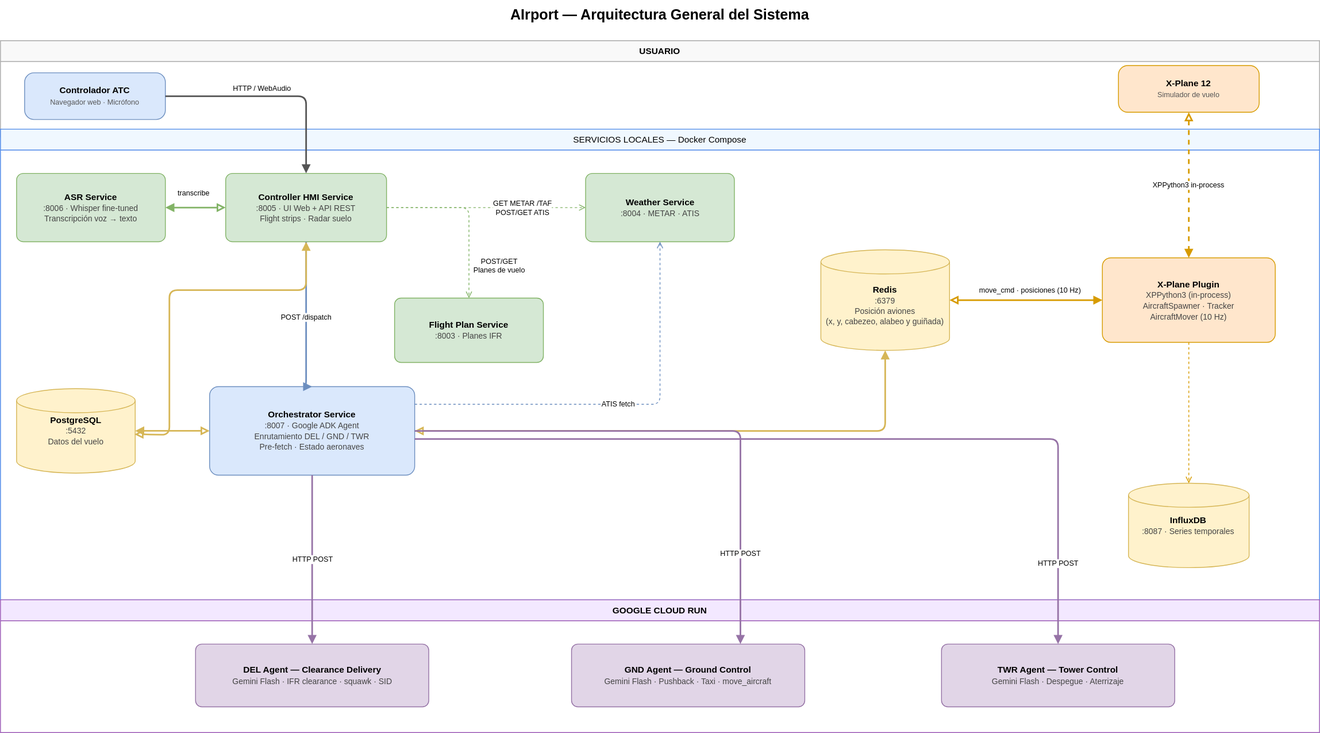
The draw.io diagram docs/diagrams/images/svg/diagram_01_arquitectura_general.svg in Santisoutoo/AIrport, before a commit. Source tidied: cells renumbered, new cells last; positions are measured from the earlier drawing's top-left corner, leaving out a move shared by most shapes.
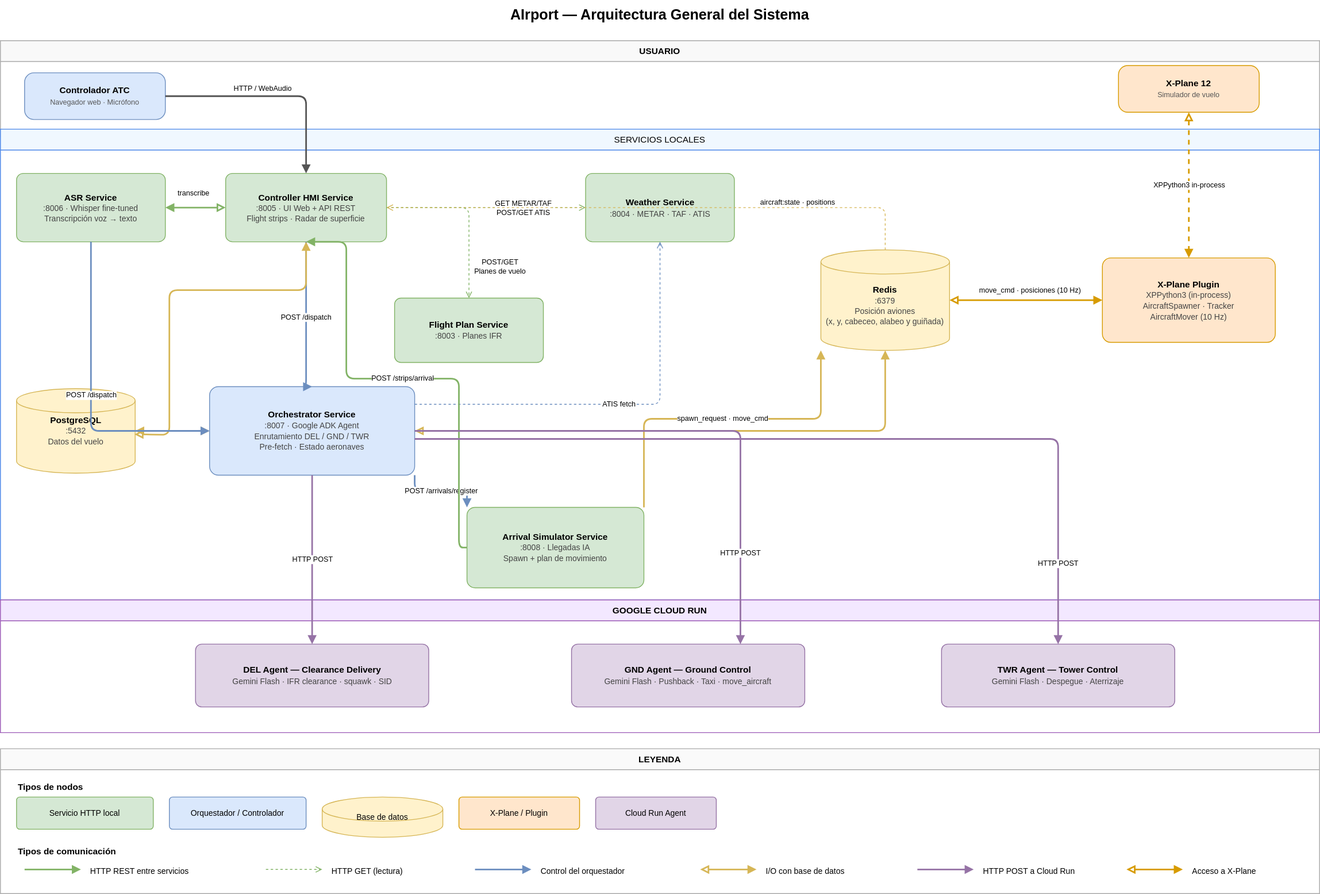
After the commit.

What changed in the source:
```diff
@@ -14,21 +14,24 @@
     <mxCell id="5" value="&lt;b&gt;X-Plane 12&lt;/b&gt;&lt;br/&gt;&lt;font style=&quot;font-size:9px;color:#555;&quot;&gt;Simulador de vuelo&lt;/font&gt;" style="rounded=1;whiteSpace=wrap;html=1;fillColor=#ffe6cc;strokeColor=#d79b00;arcSize=20;fontSize=11;" parent="3" vertex="1">
       <mxGeometry x="1390" y="31" width="175" height="58" as="geometry" />
     </mxCell>
-    <mxCell id="6" value="SERVICIOS LOCALES — Docker Compose" style="swimlane;startSize=26;fillColor=#f0f8ff;strokeColor=#4a86e8;fontStyle=0;fontSize=11;" parent="1" vertex="1">
+    <mxCell id="6" value="SERVICIOS LOCALES" style="swimlane;startSize=26;fillColor=#f0f8ff;strokeColor=#4a86e8;fontStyle=0;fontSize=11;" parent="1" vertex="1">
       <mxGeometry y="160" width="1640" height="585" as="geometry" />
     </mxCell>
     <mxCell id="7" value="&lt;b&gt;ASR Service&lt;/b&gt;&lt;br/&gt;&lt;font style=&quot;font-size:10px;color:#444;&quot;&gt;:8006 · Whisper fine-tuned&lt;br/&gt;Transcripción voz → texto&lt;/font&gt;" style="rounded=1;whiteSpace=wrap;html=1;fillColor=#d5e8d4;strokeColor=#82b366;arcSize=10;fontSize=11;" parent="6" vertex="1">
       <mxGeometry x="20" y="55" width="185" height="85" as="geometry" />
     </mxCell>
-    <mxCell id="8" value="&lt;b&gt;Controller HMI Service&lt;/b&gt;&lt;br/&gt;&lt;font style=&quot;font-size:10px;color:#444;&quot;&gt;:8005 · UI Web + API REST&lt;br/&gt;Flight strips · Radar suelo&lt;/font&gt;" style="rounded=1;whiteSpace=wrap;html=1;fillColor=#d5e8d4;strokeColor=#82b366;arcSize=10;fontSize=11;" parent="6" vertex="1">
+    <mxCell id="8" value="&lt;b&gt;Controller HMI Service&lt;/b&gt;&lt;br/&gt;&lt;font style=&quot;font-size:10px;color:#444;&quot;&gt;:8005 · UI Web + API REST&lt;br/&gt;Flight strips · Radar de superficie&lt;/font&gt;" style="rounded=1;whiteSpace=wrap;html=1;fillColor=#d5e8d4;strokeColor=#82b366;arcSize=10;fontSize=11;" parent="6" vertex="1">
       <mxGeometry x="280" y="55" width="200" height="85" as="geometry" />
     </mxCell>
-    <mxCell id="9" value="&lt;b&gt;Weather Service&lt;/b&gt;&lt;br/&gt;&lt;font style=&quot;font-size:10px;color:#444;&quot;&gt;:8004 · METAR · ATIS&lt;/font&gt;" style="rounded=1;whiteSpace=wrap;html=1;fillColor=#d5e8d4;strokeColor=#82b366;arcSize=10;fontSize=11;" parent="6" vertex="1">
+    <mxCell id="9" value="&lt;b&gt;Weather Service&lt;/b&gt;&lt;br/&gt;&lt;font style=&quot;font-size:10px;color:#444;&quot;&gt;:8004 · METAR · TAF · ATIS&lt;/font&gt;" style="rounded=1;whiteSpace=wrap;html=1;fillColor=#d5e8d4;strokeColor=#82b366;arcSize=10;fontSize=11;" parent="6" vertex="1">
       <mxGeometry x="727.5" y="55" width="185" height="85" as="geometry" />
     </mxCell>
     <mxCell id="10" value="&lt;b&gt;Flight Plan Service&lt;/b&gt;&lt;br/&gt;&lt;font style=&quot;font-size:10px;color:#444;&quot;&gt;:8003 · Planes IFR&lt;/font&gt;" style="rounded=1;whiteSpace=wrap;html=1;fillColor=#d5e8d4;strokeColor=#82b366;arcSize=10;fontSize=11;" parent="6" vertex="1">
       <mxGeometry x="490" y="210" width="185" height="80" as="geometry" />
     </mxCell>
+    <mxCell id="35" value="&lt;b&gt;Arrival Simulator Service&lt;/b&gt;&lt;br/&gt;&lt;font style=&quot;font-size:10px;color:#444;&quot;&gt;:8008 · Llegadas IA&lt;br/&gt;Spawn + plan de movimiento&lt;/font&gt;" style="rounded=1;whiteSpace=wrap;html=1;fillColor=#d5e8d4;strokeColor=#82b366;arcSize=10;fontSize=11;" parent="6" vertex="1">
+      <mxGeometry x="580" y="470" width="220" height="100" as="geometry" />
+    </mxCell>
     <mxCell id="11" style="edgeStyle=none;html=1;rounded=1;strokeColor=#d6b656;strokeWidth=2;align=center;verticalAlign=middle;fontFamily=Helvetica;fontSize=9;fontColor=default;labelBackgroundColor=default;startArrow=block;startFill=0;endArrow=block;endFill=1;" parent="6" edge="1" source="12" target="13">
       <mxGeometry relative="1" as="geometry" />
     </mxCell>
@@ -38,21 +41,18 @@
     <mxCell id="13" value="&lt;b&gt;PostgreSQL&lt;/b&gt;&lt;br&gt;&lt;font style=&quot;font-size: 10px; color: rgb(68, 68, 68);&quot;&gt;:5432&lt;br&gt;Datos del vuelo&lt;/font&gt;" style="shape=cylinder3;whiteSpace=wrap;html=1;fillColor=#fff2cc;strokeColor=#d6b656;fontSize=11;" parent="6" vertex="1">
       <mxGeometry x="20" y="322.5" width="147.5" height="105" as="geometry" />
     </mxCell>
-    <mxCell id="14" value="&lt;div&gt;&lt;b&gt;&lt;br&gt;&lt;/b&gt;&lt;/div&gt;&lt;b&gt;Redis&lt;/b&gt;&lt;br&gt;&lt;font style=&quot;font-size: 10px; color: rgb(68, 68, 68);&quot;&gt;:6379&lt;br&gt;Posición aviones&lt;/font&gt;&lt;div&gt;&lt;font style=&quot;font-size: 10px; color: rgb(68, 68, 68);&quot;&gt;(x, y, cabezeo, alabeo y guiñada)&lt;/font&gt;&lt;/div&gt;" style="shape=cylinder3;whiteSpace=wrap;html=1;fillColor=#fff2cc;strokeColor=#d6b656;fontSize=11;" parent="6" vertex="1">
+    <mxCell id="14" value="&lt;div&gt;&lt;b&gt;&lt;br&gt;&lt;/b&gt;&lt;/div&gt;&lt;b&gt;Redis&lt;/b&gt;&lt;br&gt;&lt;font style=&quot;font-size: 10px; color: rgb(68, 68, 68);&quot;&gt;:6379&lt;br&gt;Posición aviones&lt;/font&gt;&lt;div&gt;&lt;font style=&quot;font-size: 10px; color: rgb(68, 68, 68);&quot;&gt;(x, y, cabeceo, alabeo y guiñada)&lt;/font&gt;&lt;/div&gt;" style="shape=cylinder3;whiteSpace=wrap;html=1;fillColor=#fff2cc;strokeColor=#d6b656;fontSize=11;" parent="6" vertex="1">
       <mxGeometry x="1020" y="150" width="160" height="125" as="geometry" />
     </mxCell>
     <mxCell id="15" value="&lt;b&gt;X-Plane Plugin&lt;/b&gt;&lt;br/&gt;&lt;font style=&quot;font-size:10px;color:#444;&quot;&gt;XPPython3 (in-process)&lt;br/&gt;AircraftSpawner · Tracker&lt;br/&gt;AircraftMover (10 Hz)&lt;/font&gt;" style="rounded=1;whiteSpace=wrap;html=1;fillColor=#ffe6cc;strokeColor=#d79b00;arcSize=10;fontSize=11;" parent="6" vertex="1">
       <mxGeometry x="1370" y="160" width="215" height="105" as="geometry" />
     </mxCell>
-    <mxCell id="16" value="&lt;b&gt;InfluxDB&lt;/b&gt;&lt;br&gt;&lt;font style=&quot;font-size: 10px; color: rgb(68, 68, 68);&quot;&gt;:8087 · Series temporales&lt;br&gt;&lt;/font&gt;" style="shape=cylinder3;whiteSpace=wrap;html=1;fillColor=#fff2cc;strokeColor=#d6b656;fontSize=11;" parent="6" vertex="1">
-      <mxGeometry x="1402.5" y="440" width="150" height="105" as="geometry" />
-    </mxCell>
     <mxCell id="17" value="transcribe" style="edgeStyle=orthogonalEdgeStyle;rounded=1;html=1;strokeColor=#82b366;strokeWidth=2;fontSize=9;startArrow=block;startFill=0;endArrow=block;endFill=1;exitX=0;exitY=0.5;exitDx=0;exitDy=0;entryX=1;entryY=0.5;entryDx=0;entryDy=0;" parent="6" edge="1" source="8" target="7">
       <mxGeometry x="0.07" y="-17" relative="1" as="geometry">
         <mxPoint y="-1" as="offset" />
       </mxGeometry>
     </mxCell>
-    <mxCell id="18" value="GET METAR /TAF&lt;div&gt;POST/GET ATIS&lt;/div&gt;" style="edgeStyle=orthogonalEdgeStyle;rounded=1;html=1;strokeColor=#82b366;strokeWidth=1;fontSize=9;dashed=1;endArrow=open;endFill=0;exitX=1;exitY=0.5;exitDx=0;exitDy=0;entryX=0;entryY=0.5;entryDx=0;entryDy=0;" parent="6" edge="1" source="8" target="9">
+    <mxCell id="18" value="GET METAR/TAF&lt;div&gt;POST/GET ATIS&lt;/div&gt;" style="edgeStyle=orthogonalEdgeStyle;rounded=1;html=1;strokeColor=#82b366;strokeWidth=1;fontSize=9;dashed=1;endArrow=open;endFill=0;exitX=1;exitY=0.5;exitDx=0;exitDy=0;entryX=0;entryY=0.5;entryDx=0;entryDy=0;" parent="6" edge="1" source="8" target="9">
       <mxGeometry x="0.37" relative="1" as="geometry">
         <Array as="points">
           <mxPoint x="520" y="98" />
@@ -81,9 +81,6 @@
         <mxPoint y="1" as="offset" />
       </mxGeometry>
     </mxCell>
-    <mxCell id="24" style="edgeStyle=orthogonalEdgeStyle;rounded=1;html=1;strokeColor=#d79b00;strokeWidth=1;fontSize=9;dashed=1;endArrow=open;endFill=0;exitX=0.5;exitY=1;exitDx=0;exitDy=0;entryX=0.5;entryY=0;entryDx=0;entryDy=0;" parent="6" edge="1" source="15" target="16">
-      <mxGeometry relative="1" as="geometry" />
-    </mxCell>
     <mxCell id="25" style="edgeStyle=orthogonalEdgeStyle;rounded=1;html=1;strokeColor=#d6b656;strokeWidth=2;fontSize=9;startArrow=block;startFill=0;endArrow=block;endFill=1;entryX=0.5;entryY=1;entryDx=0;entryDy=0;exitX=0.994;exitY=0.541;exitDx=0;exitDy=0;exitPerimeter=0;" parent="6" edge="1" source="13" target="8">
       <mxGeometry x="0.03" y="25" relative="1" as="geometry">
         <Array as="points">
@@ -94,6 +91,35 @@
         </Array>
       </mxGeometry>
     </mxCell>
+    <mxCell id="36" value="POST /arrivals/register" style="edgeStyle=orthogonalEdgeStyle;rounded=1;html=1;strokeColor=#6c8ebf;strokeWidth=2;fontSize=9;endArrow=block;endFill=1;exitX=1;exitY=1;exitDx=0;exitDy=0;entryX=0;entryY=0;entryDx=0;entryDy=0;" parent="6" edge="1" source="12" target="35">
+      <mxGeometry relative="1" as="geometry" />
+    </mxCell>
+    <mxCell id="37" value="spawn_request · move_cmd" style="edgeStyle=orthogonalEdgeStyle;rounded=1;html=1;strokeColor=#d6b656;strokeWidth=2;fontSize=9;endArrow=block;endFill=1;exitX=1;exitY=0;exitDx=0;exitDy=0;entryX=0;entryY=1;entryDx=0;entryDy=0;" parent="6" edge="1" source="35" target="14">
+      <mxGeometry relative="1" as="geometry">
+        <Array as="points">
+          <mxPoint x="800" y="360" />
+          <mxPoint x="1020" y="360" />
+        </Array>
+      </mxGeometry>
+    </mxCell>
+    <mxCell id="38" value="aircraft:state · positions" style="edgeStyle=orthogonalEdgeStyle;rounded=1;html=1;strokeColor=#d6b656;strokeWidth=1;fontSize=9;dashed=1;endArrow=open;endFill=0;exitX=0.5;exitY=0;exitDx=0;exitDy=0;entryX=1;entryY=0.5;entryDx=0;entryDy=0;" parent="6" edge="1" source="14" target="8">
+      <mxGeometry x="-0.52" y="-7" relative="1" as="geometry">
+        <mxPoint x="1" as="offset" />
+      </mxGeometry>
+    </mxCell>
+    <mxCell id="39" value="POST /strips/arrival" style="edgeStyle=orthogonalEdgeStyle;rounded=1;html=1;strokeColor=#82b366;strokeWidth=2;fontSize=9;endArrow=block;endFill=1;exitX=0;exitY=0.5;exitDx=0;exitDy=0;entryX=0.5;entryY=1;entryDx=0;entryDy=0;" parent="6" edge="1" source="35" target="8">
+      <mxGeometry relative="1" as="geometry">
+        <Array as="points">
+          <mxPoint x="570" y="520" />
+          <mxPoint x="570" y="310" />
+          <mxPoint x="430" y="310" />
+          <mxPoint x="430" y="140" />
+        </Array>
+      </mxGeometry>
+    </mxCell>
+    <mxCell id="40" value="POST /dispatch" style="edgeStyle=orthogonalEdgeStyle;rounded=1;html=1;strokeColor=#6c8ebf;strokeWidth=2;fontSize=9;endArrow=block;endFill=1;exitX=0.5;exitY=1;exitDx=0;exitDy=0;entryX=0;entryY=0.5;entryDx=0;entryDy=0;" parent="6" edge="1" source="7" target="12">
+      <mxGeometry relative="1" as="geometry" />
+    </mxCell>
     <mxCell id="26" value="GOOGLE CLOUD RUN" style="swimlane;startSize=26;fillColor=#f3e8ff;strokeColor=#9b59b6;fontStyle=1;fontSize=11;" parent="1" vertex="1">
       <mxGeometry y="745" width="1640" height="165" as="geometry" />
     </mxCell>
@@ -129,5 +155,83 @@
         </Array>
       </mxGeometry>
     </mxCell>
+    <mxCell id="41" value="LEYENDA" style="swimlane;startSize=26;fillColor=#fafafa;strokeColor=#aaaaaa;fontStyle=1;fontSize=11;" parent="1" vertex="1">
+      <mxGeometry y="930" width="1640" height="180" as="geometry" />
+    </mxCell>
+    <mxCell id="42" value="Tipos de nodos" style="text;html=1;align=left;fontStyle=1;fontSize=11;" parent="41" vertex="1">
+      <mxGeometry x="20" y="35" width="200" height="20" as="geometry" />
+    </mxCell>
+    <mxCell id="43" value="Servicio HTTP local" style="rounded=1;whiteSpace=wrap;html=1;fillColor=#d5e8d4;strokeColor=#82b366;arcSize=10;fontSize=10;" parent="41" vertex="1">
+      <mxGeometry x="20" y="60" width="170" height="40" as="geometry" />
+    </mxCell>
+    <mxCell id="44" value="Orquestador / Controlador" style="rounded=1;whiteSpace=wrap;html=1;fillColor=#dae8fc;strokeColor=#6c8ebf;arcSize=10;fontSize=10;" parent="41" vertex="1">
+      <mxGeometry x="210" y="60" width="170" height="40" as="geometry" />
+    </mxCell>
+    <mxCell id="45" value="Base de datos" style="shape=cylinder3;whiteSpace=wrap;html=1;fillColor=#fff2cc;strokeColor=#d6b656;fontSize=10;" parent="41" vertex="1">
+      <mxGeometry x="400" y="60" width="150" height="50" as="geometry" />
+    </mxCell>
+    <mxCell id="46" value="X-Plane / Plugin" style="rounded=1;whiteSpace=wrap;html=1;fillColor=#ffe6cc;strokeColor=#d79b00;arcSize=10;fontSize=10;" parent="41" vertex="1">
+      <mxGeometry x="570" y="60" width="150" height="40" as="geometry" />
+    </mxCell>
+    <mxCell id="47" value="Cloud Run Agent" style="rounded=1;whiteSpace=wrap;html=1;fillColor=#e1d5e7;strokeColor=#9673a6;arcSize=10;fontSize=10;" parent="41" vertex="1">
+      <mxGeometry x="740" y="60" width="150" height="40" as="geometry" />
+    </mxCell>
+    <mxCell id="48" value="Tipos de comunicación" style="text;html=1;align=left;fontStyle=1;fontSize=11;" parent="41" vertex="1">
+      <mxGeometry x="20" y="115" width="220" height="20" as="geometry" />
+    </mxCell>
+    <mxCell id="49" style="endArrow=block;endFill=1;html=1;strokeColor=#82b366;strokeWidth=2;" parent="41" edge="1">
+      <mxGeometry as="geometry">
+        <mxPoint x="30" y="150" as="sourcePoint" />
+        <mxPoint x="100" y="150" as="targetPoint" />
+      </mxGeometry>
+    </mxCell>
+    <mxCell id="50" value="HTTP REST entre servicios" style="text;html=1;align=left;fontSize=10;" parent="41" vertex="1">
+      <mxGeometry x="110" y="140" width="200" height="20" as="geometry" />
+    </mxCell>
+    <mxCell id="51" style="endArrow=open;endFill=0;html=1;strokeColor=#82b366;strokeWidth=1;dashed=1;" parent="41" edge="1">
+      <mxGeometry as="geometry">
+        <mxPoint x="330" y="150" as="sourcePoint" />
+        <mxPoint x="400" y="150" as="targetPoint" />
+      </mxGeometry>
+    </mxCell>
+    <mxCell id="52" value="HTTP GET (lectura)" style="text;html=1;align=left;fontSize=10;" parent="41" vertex="1">
+      <mxGeometry x="410" y="140" width="160" height="20" as="geometry" />
+    </mxCell>
+    <mxCell id="53" style="endArrow=block;endFill=1;html=1;strokeColor=#6c8ebf;strokeWidth=2;" parent="41" edge="1">
+      <mxGeometry as="geometry">
+        <mxPoint x="590" y="150" as="sourcePoint" />
+        <mxPoint x="660" y="150" as="targetPoint" />
+      </mxGeometry>
+    </mxCell>
+    <mxCell id="54" value="Control del orquestador" style="text;html=1;align=left;fontSize=10;" parent="41" vertex="1">
+      <mxGeometry x="670" y="140" width="180" height="20" as="geometry" />
+    </mxCell>
+    <mxCell id="55" style="endArrow=block;endFill=1;startArrow=block;startFill=0;html=1;strokeColor=#d6b656;strokeWidth=2;" parent="41" edge="1">
+      <mxGeometry as="geometry">
+        <mxPoint x="870" y="150" as="sourcePoint" />
+        <mxPoint x="940" y="150" as="targetPoint" />
+      </mxGeometry>
+    </mxCell>
+    <mxCell id="56" value="I/O con base de datos" style="text;html=1;align=left;fontSize=10;" parent="41" vertex="1">
+      <mxGeometry x="950" y="140" width="170" height="20" as="geometry" />
+    </mxCell>
+    <mxCell id="57" style="endArrow=block;endFill=1;html=1;strokeColor=#9673a6;strokeWidth=2;" parent="41" edge="1">
+      <mxGeometry as="geometry">
+        <mxPoint x="1140" y="150" as="sourcePoint" />
+        <mxPoint x="1210" y="150" as="targetPoint" />
+      </mxGeometry>
+    </mxCell>
+    <mxCell id="58" value="HTTP POST a Cloud Run" style="text;html=1;align=left;fontSize=10;" parent="41" vertex="1">
+      <mxGeometry x="1220" y="140" width="180" height="20" as="geometry" />
+    </mxCell>
+    <mxCell id="59" style="endArrow=block;endFill=1;startArrow=block;startFill=0;html=1;strokeColor=#d79b00;strokeWidth=2;" parent="41" edge="1">
+      <mxGeometry as="geometry">
+        <mxPoint x="1400" y="150" as="sourcePoint" />
+        <mxPoint x="1470" y="150" as="targetPoint" />
+      </mxGeometry>
+    </mxCell>
+    <mxCell id="60" value="Acceso a X-Plane" style="text;html=1;align=left;fontSize=10;" parent="41" vertex="1">
+      <mxGeometry x="1480" y="140" width="150" height="20" as="geometry" />
+    </mxCell>
   </root>
 </mxGraphModel>
```
